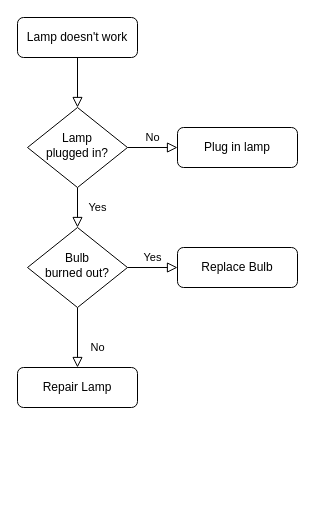
The draw.io diagram 未命名绘图.drawio in RealFrancis/file, before the edit. Source tidied: cells renumbered, new cells numbered last; positions are measured from the earlier drawing's top-left corner, leaving out a move shared by most shapes. Both pictures are drawn from the tidied source at 100%, with x=0, y=0 at pixel (17, 17).
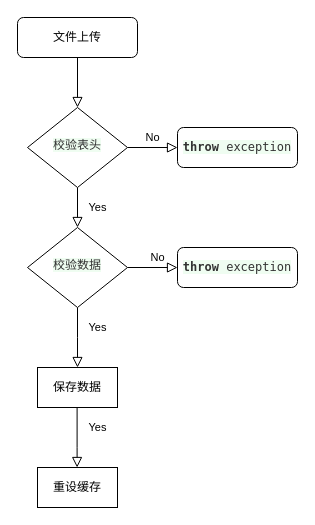
Above is the later version.

What changed in the source:
```diff
@@
 <mxGraphModel>
   <root>
     <mxCell id="0" />
     <mxCell id="1" parent="0" />
     <mxCell id="2" style="rounded=0;html=1;jettySize=auto;fontSize=11;endArrow=block;endFill=0;endSize=8;strokeWidth=1;shadow=0;labelBackgroundColor=none;edgeStyle=orthogonalEdgeStyle;" parent="1" edge="1" source="3" target="6">
       <mxGeometry relative="1" as="geometry" />
     </mxCell>
-    <mxCell id="3" value="Lamp doesn't work" style="rounded=1;whiteSpace=wrap;html=1;fontSize=12;glass=0;strokeWidth=1;shadow=0;" parent="1" vertex="1">
+    <mxCell id="3" value="文件上传" style="rounded=1;whiteSpace=wrap;html=1;fontSize=12;glass=0;strokeWidth=1;shadow=0;" parent="1" vertex="1">
       <mxGeometry width="120" height="40" as="geometry" />
     </mxCell>
     <mxCell id="4" value="Yes" style="rounded=0;html=1;jettySize=auto;fontSize=11;endArrow=block;endFill=0;endSize=8;strokeWidth=1;shadow=0;labelBackgroundColor=none;edgeStyle=orthogonalEdgeStyle;" parent="1" edge="1" source="6" target="10">
       <mxGeometry y="20" relative="1" as="geometry" />
     </mxCell>
     <mxCell id="5" value="No" style="edgeStyle=orthogonalEdgeStyle;rounded=0;html=1;jettySize=auto;fontSize=11;endArrow=block;endFill=0;endSize=8;strokeWidth=1;shadow=0;labelBackgroundColor=none;" parent="1" edge="1" source="6" target="7">
       <mxGeometry y="10" relative="1" as="geometry" />
     </mxCell>
-    <mxCell id="6" value="Lamp&lt;br&gt;plugged in?" style="rhombus;whiteSpace=wrap;html=1;shadow=0;fontFamily=Helvetica;fontSize=12;align=center;strokeWidth=1;spacing=6;spacingTop=-4;" parent="1" vertex="1">
+    <mxCell id="6" value="&lt;span style=&quot;color: rgb(51, 51, 51); font-family: Menlo, &amp;quot;DejaVu Sans Mono&amp;quot;, &amp;quot;Liberation Mono&amp;quot;, Consolas, &amp;quot;Ubuntu Mono&amp;quot;, &amp;quot;Courier New&amp;quot;, &amp;quot;andale mono&amp;quot;, &amp;quot;lucida console&amp;quot;, monospace; text-align: start; white-space: pre-wrap; background-color: rgb(239, 253, 241);&quot;&gt;校验表头&lt;/span&gt;" style="rhombus;whiteSpace=wrap;html=1;shadow=0;fontFamily=Helvetica;fontSize=12;align=center;strokeWidth=1;spacing=6;spacingTop=-4;" parent="1" vertex="1">
       <mxGeometry x="10" y="90" width="100" height="80" as="geometry" />
     </mxCell>
-    <mxCell id="7" value="Plug in lamp" style="rounded=1;whiteSpace=wrap;html=1;fontSize=12;glass=0;strokeWidth=1;shadow=0;" parent="1" vertex="1">
+    <mxCell id="7" value="&lt;span style=&quot;color: rgb(51, 51, 51); font-weight: 700; font-family: Menlo, &amp;quot;DejaVu Sans Mono&amp;quot;, &amp;quot;Liberation Mono&amp;quot;, Consolas, &amp;quot;Ubuntu Mono&amp;quot;, &amp;quot;Courier New&amp;quot;, &amp;quot;andale mono&amp;quot;, &amp;quot;lucida console&amp;quot;, monospace; text-align: start; white-space: pre-wrap; background-color: rgb(239, 253, 241);&quot; class=&quot;hljs-keyword&quot;&gt;throw&lt;/span&gt;&lt;span style=&quot;color: rgb(51, 51, 51); font-family: Menlo, &amp;quot;DejaVu Sans Mono&amp;quot;, &amp;quot;Liberation Mono&amp;quot;, Consolas, &amp;quot;Ubuntu Mono&amp;quot;, &amp;quot;Courier New&amp;quot;, &amp;quot;andale mono&amp;quot;, &amp;quot;lucida console&amp;quot;, monospace; text-align: start; white-space: pre-wrap; background-color: rgb(239, 253, 241);&quot;&gt; exception&lt;/span&gt;" style="rounded=1;whiteSpace=wrap;html=1;fontSize=12;glass=0;strokeWidth=1;shadow=0;" parent="1" vertex="1">
       <mxGeometry x="160" y="110" width="120" height="40" as="geometry" />
     </mxCell>
-    <mxCell id="8" value="No" style="rounded=0;html=1;jettySize=auto;fontSize=11;endArrow=block;endFill=0;endSize=8;strokeWidth=1;shadow=0;labelBackgroundColor=none;edgeStyle=orthogonalEdgeStyle;" parent="1" edge="1" source="10" target="11">
-      <mxGeometry x="0.33" y="20" relative="1" as="geometry" />
+    <mxCell id="8" value="Yes" style="rounded=0;html=1;jettySize=auto;fontSize=11;endArrow=block;endFill=0;endSize=8;strokeWidth=1;shadow=0;labelBackgroundColor=none;edgeStyle=orthogonalEdgeStyle;" parent="1" edge="1" source="10">
+      <mxGeometry x="-0.34" y="20" relative="1" as="geometry">
+        <mxPoint x="60" y="350" as="targetPoint" />
+      </mxGeometry>
     </mxCell>
-    <mxCell id="9" value="Yes" style="edgeStyle=orthogonalEdgeStyle;rounded=0;html=1;jettySize=auto;fontSize=11;endArrow=block;endFill=0;endSize=8;strokeWidth=1;shadow=0;labelBackgroundColor=none;" parent="1" edge="1" source="10" target="12">
-      <mxGeometry y="10" relative="1" as="geometry" />
+    <mxCell id="9" value="No" style="edgeStyle=orthogonalEdgeStyle;rounded=0;html=1;jettySize=auto;fontSize=11;endArrow=block;endFill=0;endSize=8;strokeWidth=1;shadow=0;labelBackgroundColor=none;" parent="1" edge="1" source="10" target="12">
+      <mxGeometry x="0.2" y="10" relative="1" as="geometry" />
     </mxCell>
-    <mxCell id="10" value="Bulb&lt;br&gt;burned out?" style="rhombus;whiteSpace=wrap;html=1;shadow=0;fontFamily=Helvetica;fontSize=12;align=center;strokeWidth=1;spacing=6;spacingTop=-4;" parent="1" vertex="1">
+    <mxCell id="10" value="&lt;span style=&quot;color: rgb(51, 51, 51); font-family: Menlo, &amp;quot;DejaVu Sans Mono&amp;quot;, &amp;quot;Liberation Mono&amp;quot;, Consolas, &amp;quot;Ubuntu Mono&amp;quot;, &amp;quot;Courier New&amp;quot;, &amp;quot;andale mono&amp;quot;, &amp;quot;lucida console&amp;quot;, monospace; text-align: start; white-space: pre-wrap; background-color: rgb(239, 253, 241);&quot;&gt;校验数据&lt;/span&gt;" style="rhombus;whiteSpace=wrap;html=1;shadow=0;fontFamily=Helvetica;fontSize=12;align=center;strokeWidth=1;spacing=6;spacingTop=-4;" parent="1" vertex="1">
       <mxGeometry x="10" y="210" width="100" height="80" as="geometry" />
     </mxCell>
-    <mxCell id="11" value="Repair Lamp" style="rounded=1;whiteSpace=wrap;html=1;fontSize=12;glass=0;strokeWidth=1;shadow=0;" parent="1" vertex="1">
-      <mxGeometry y="350" width="120" height="40" as="geometry" />
-    </mxCell>
-    <mxCell id="12" value="Replace Bulb" style="rounded=1;whiteSpace=wrap;html=1;fontSize=12;glass=0;strokeWidth=1;shadow=0;" parent="1" vertex="1">
+    <mxCell id="12" value="&lt;span style=&quot;color: rgb(51, 51, 51); font-weight: 700; font-family: Menlo, &amp;quot;DejaVu Sans Mono&amp;quot;, &amp;quot;Liberation Mono&amp;quot;, Consolas, &amp;quot;Ubuntu Mono&amp;quot;, &amp;quot;Courier New&amp;quot;, &amp;quot;andale mono&amp;quot;, &amp;quot;lucida console&amp;quot;, monospace; text-align: start; white-space: pre-wrap; background-color: rgb(239, 253, 241);&quot; class=&quot;hljs-keyword&quot;&gt;throw&lt;/span&gt;&lt;span style=&quot;color: rgb(51, 51, 51); font-family: Menlo, &amp;quot;DejaVu Sans Mono&amp;quot;, &amp;quot;Liberation Mono&amp;quot;, Consolas, &amp;quot;Ubuntu Mono&amp;quot;, &amp;quot;Courier New&amp;quot;, &amp;quot;andale mono&amp;quot;, &amp;quot;lucida console&amp;quot;, monospace; text-align: start; white-space: pre-wrap; background-color: rgb(239, 253, 241);&quot;&gt; exception&lt;/span&gt;" style="rounded=1;whiteSpace=wrap;html=1;fontSize=12;glass=0;strokeWidth=1;shadow=0;" parent="1" vertex="1">
       <mxGeometry x="160" y="230" width="120" height="40" as="geometry" />
     </mxCell>
+    <mxCell id="13" value="保存数据" style="rounded=0;whiteSpace=wrap;html=1;" parent="1" vertex="1">
+      <mxGeometry x="20" y="350" width="80" height="40" as="geometry" />
+    </mxCell>
+    <mxCell id="14" value="Yes" style="rounded=0;html=1;jettySize=auto;orthogonalLoop=1;fontSize=11;endArrow=block;endFill=0;endSize=8;strokeWidth=1;shadow=0;labelBackgroundColor=none;edgeStyle=orthogonalEdgeStyle;" parent="1" edge="1">
+      <mxGeometry x="-0.34" y="20" relative="1" as="geometry">
+        <mxPoint x="59.6" y="390" as="sourcePoint" />
+        <mxPoint x="59.6" y="450" as="targetPoint" />
+        <Array as="points">
+          <mxPoint x="59.6" y="430" />
+          <mxPoint x="59.6" y="430" />
+        </Array>
+      </mxGeometry>
+    </mxCell>
+    <mxCell id="15" value="重设缓存" style="rounded=0;whiteSpace=wrap;html=1;" parent="1" vertex="1">
+      <mxGeometry x="20" y="450" width="80" height="40" as="geometry" />
+    </mxCell>
   </root>
 </mxGraphModel>
```
